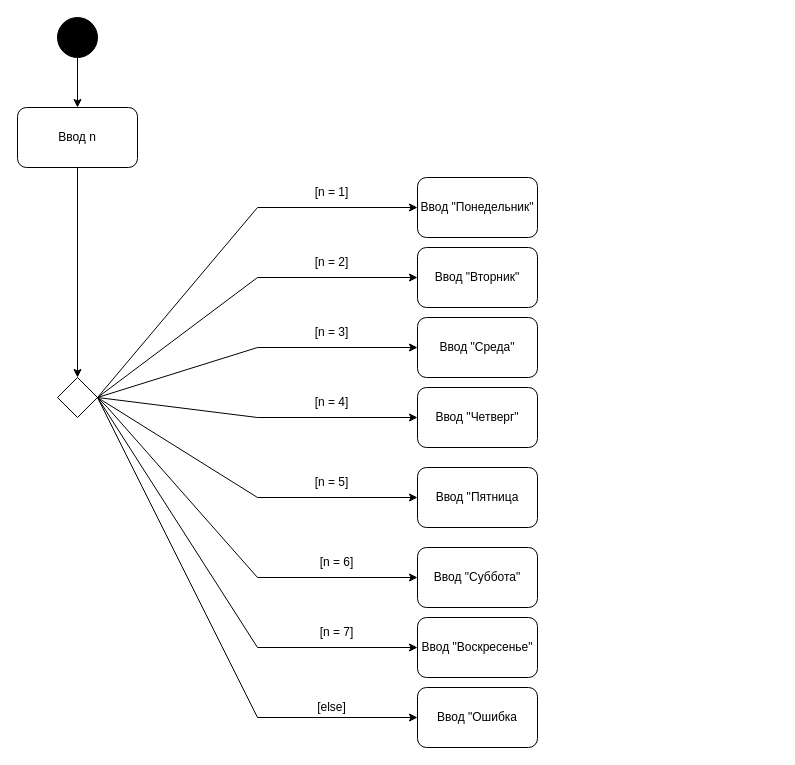
This is Диаграмма индивидуального задания.drawio from Dvinec/lab-2.2, a draw.io file, before an edit. Source tidied: cells renumbered, new cells numbered last; positions are measured from the earlier drawing's top-left corner, leaving out a move shared by most shapes. Both pictures are drawn from the tidied source at 100%, with x=0, y=0 at pixel (17, 17).
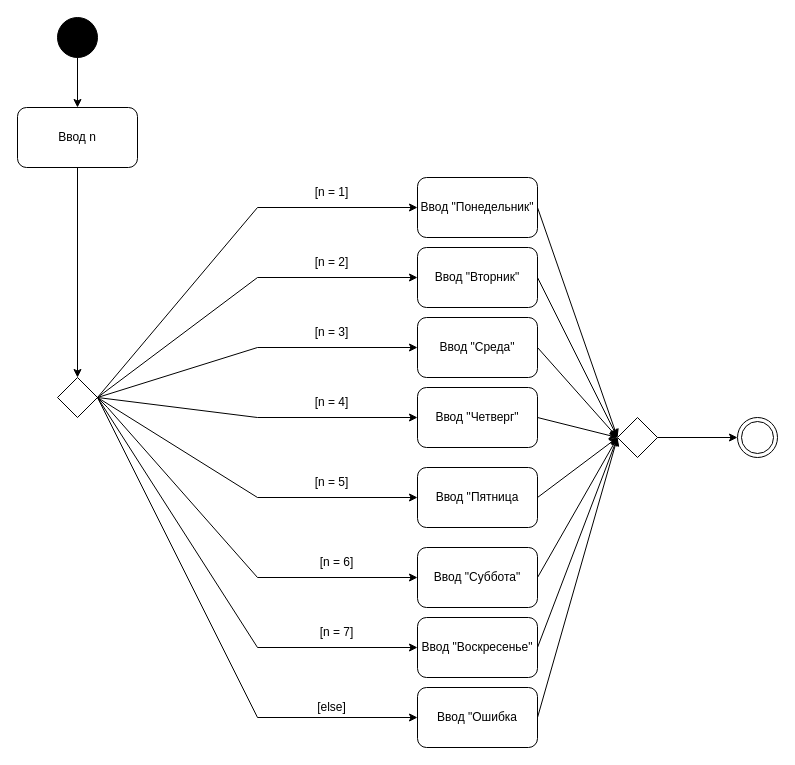
Above is the later version.

The change refers to these unchanged cells:
```xml
<mxCell id="5" value="Ввод &quot;Понедельник&quot;" style="rounded=1;whiteSpace=wrap;html=1;fillColor=none;" parent="1" vertex="1">
  <mxGeometry x="400" y="160" width="120" height="60" as="geometry" />
</mxCell>
<mxCell id="6" value="Ввод &quot;Вторник&quot;" style="rounded=1;whiteSpace=wrap;html=1;fillColor=none;" parent="1" vertex="1">
  <mxGeometry x="400" y="230" width="120" height="60" as="geometry" />
</mxCell>
<mxCell id="7" value="Ввод &quot;Среда&quot;" style="rounded=1;whiteSpace=wrap;html=1;fillColor=none;" parent="1" vertex="1">
  <mxGeometry x="400" y="300" width="120" height="60" as="geometry" />
</mxCell>
<mxCell id="8" value="Ввод &quot;Четверг&quot;" style="rounded=1;whiteSpace=wrap;html=1;fillColor=none;" parent="1" vertex="1">
  <mxGeometry x="400" y="370" width="120" height="60" as="geometry" />
</mxCell>
<mxCell id="9" value="Ввод &quot;Пятница" style="rounded=1;whiteSpace=wrap;html=1;fillColor=none;" parent="1" vertex="1">
  <mxGeometry x="400" y="450" width="120" height="60" as="geometry" />
</mxCell>
<mxCell id="10" value="Ввод &quot;Суббота&quot;" style="rounded=1;whiteSpace=wrap;html=1;fillColor=none;" parent="1" vertex="1">
  <mxGeometry x="400" y="530" width="120" height="60" as="geometry" />
</mxCell>
<mxCell id="11" value="Ввод &quot;Воскресенье&quot;" style="rounded=1;whiteSpace=wrap;html=1;fillColor=none;" parent="1" vertex="1">
  <mxGeometry x="400" y="600" width="120" height="60" as="geometry" />
</mxCell>
<mxCell id="12" value="Ввод &quot;Ошибка" style="rounded=1;whiteSpace=wrap;html=1;fillColor=none;" parent="1" vertex="1">
  <mxGeometry x="400" y="670" width="120" height="60" as="geometry" />
</mxCell>
```

Diff of the diagram source:
```diff
@@
+    <mxCell id="39" style="rhombus;whiteSpace=wrap;html=1;fillStyle=auto;fillColor=none;" parent="1" vertex="1">
+      <mxGeometry x="600" y="400" width="40" height="40" as="geometry" />
+    </mxCell>
+    <mxCell id="40" style="endArrow=classic;html=1;rounded=0;exitX=1;exitY=0.5;exitDx=0;exitDy=0;" parent="1" edge="1" source="6">
+      <mxGeometry relative="1" as="geometry">
+        <mxPoint x="600" y="420" as="targetPoint" />
+      </mxGeometry>
+    </mxCell>
+    <mxCell id="41" style="endArrow=classic;html=1;rounded=0;exitX=1;exitY=0.5;exitDx=0;exitDy=0;entryX=0;entryY=0.5;entryDx=0;entryDy=0;" parent="1" edge="1" source="5" target="39">
+      <mxGeometry relative="1" as="geometry" />
+    </mxCell>
+    <mxCell id="42" style="endArrow=classic;html=1;rounded=0;exitX=1;exitY=0.5;exitDx=0;exitDy=0;entryX=0;entryY=0.5;entryDx=0;entryDy=0;" parent="1" edge="1" source="7" target="39">
+      <mxGeometry relative="1" as="geometry" />
+    </mxCell>
+    <mxCell id="43" style="endArrow=classic;html=1;rounded=0;exitX=1;exitY=0.5;exitDx=0;exitDy=0;entryX=0;entryY=0.5;entryDx=0;entryDy=0;" parent="1" edge="1" source="8" target="39">
+      <mxGeometry relative="1" as="geometry" />
+    </mxCell>
+    <mxCell id="44" style="endArrow=classic;html=1;rounded=0;exitX=1;exitY=0.5;exitDx=0;exitDy=0;" parent="1" edge="1" source="9">
+      <mxGeometry relative="1" as="geometry">
+        <mxPoint x="600" y="420" as="targetPoint" />
+      </mxGeometry>
+    </mxCell>
+    <mxCell id="45" style="endArrow=classic;html=1;rounded=0;exitX=1;exitY=0.5;exitDx=0;exitDy=0;" parent="1" edge="1" source="10">
+      <mxGeometry relative="1" as="geometry">
+        <mxPoint x="600" y="420" as="targetPoint" />
+      </mxGeometry>
+    </mxCell>
+    <mxCell id="46" style="endArrow=classic;html=1;rounded=0;exitX=1;exitY=0.5;exitDx=0;exitDy=0;" parent="1" edge="1" source="11">
+      <mxGeometry relative="1" as="geometry">
+        <mxPoint x="600" y="420" as="targetPoint" />
+      </mxGeometry>
+    </mxCell>
+    <mxCell id="47" style="endArrow=classic;html=1;rounded=0;exitX=1;exitY=0.5;exitDx=0;exitDy=0;entryX=0;entryY=0.5;entryDx=0;entryDy=0;" parent="1" edge="1" source="12" target="39">
+      <mxGeometry relative="1" as="geometry" />
+    </mxCell>
+    <mxCell id="48" style="ellipse;shape=doubleEllipse;whiteSpace=wrap;html=1;fillStyle=auto;fillColor=none;" parent="1" vertex="1">
+      <mxGeometry x="720" y="400" width="40" height="40" as="geometry" />
+    </mxCell>
+    <mxCell id="49" style="endArrow=classic;html=1;rounded=0;exitX=1;exitY=0.5;exitDx=0;exitDy=0;entryX=0;entryY=0.5;entryDx=0;entryDy=0;" parent="1" edge="1" source="39" target="48">
+      <mxGeometry relative="1" as="geometry" />
+    </mxCell>
```
